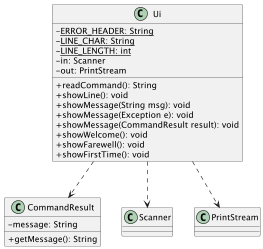
Earlier version of the PlantUML export docs/images/uiComponent.png (nus-cs2113-AY2425S1/tp).
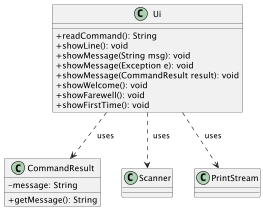
After the change.

Commit message:
Update Parser component class diagrams

Diff of the diagram source:
```diff
@@ -4,12 +4,6 @@
 !define CLASS(x) class x
 
 class Ui {
-    - <u>ERROR_HEADER: String
-    - <u>LINE_CHAR: String
-    - <u>LINE_LENGTH: int
-    - in: Scanner
-    - out: PrintStream
-
     + readCommand(): String
     + showLine(): void
     + showMessage(String msg): void
@@ -26,8 +20,8 @@
   + getMessage(): String
 }
 
-Ui ..> Scanner
-Ui ..> PrintStream
-Ui ..> CommandResult
+Ui ..> Scanner : "  uses"
+Ui ..> PrintStream : "  uses"
+Ui ..> CommandResult : "  uses"
 
 @enduml
```
